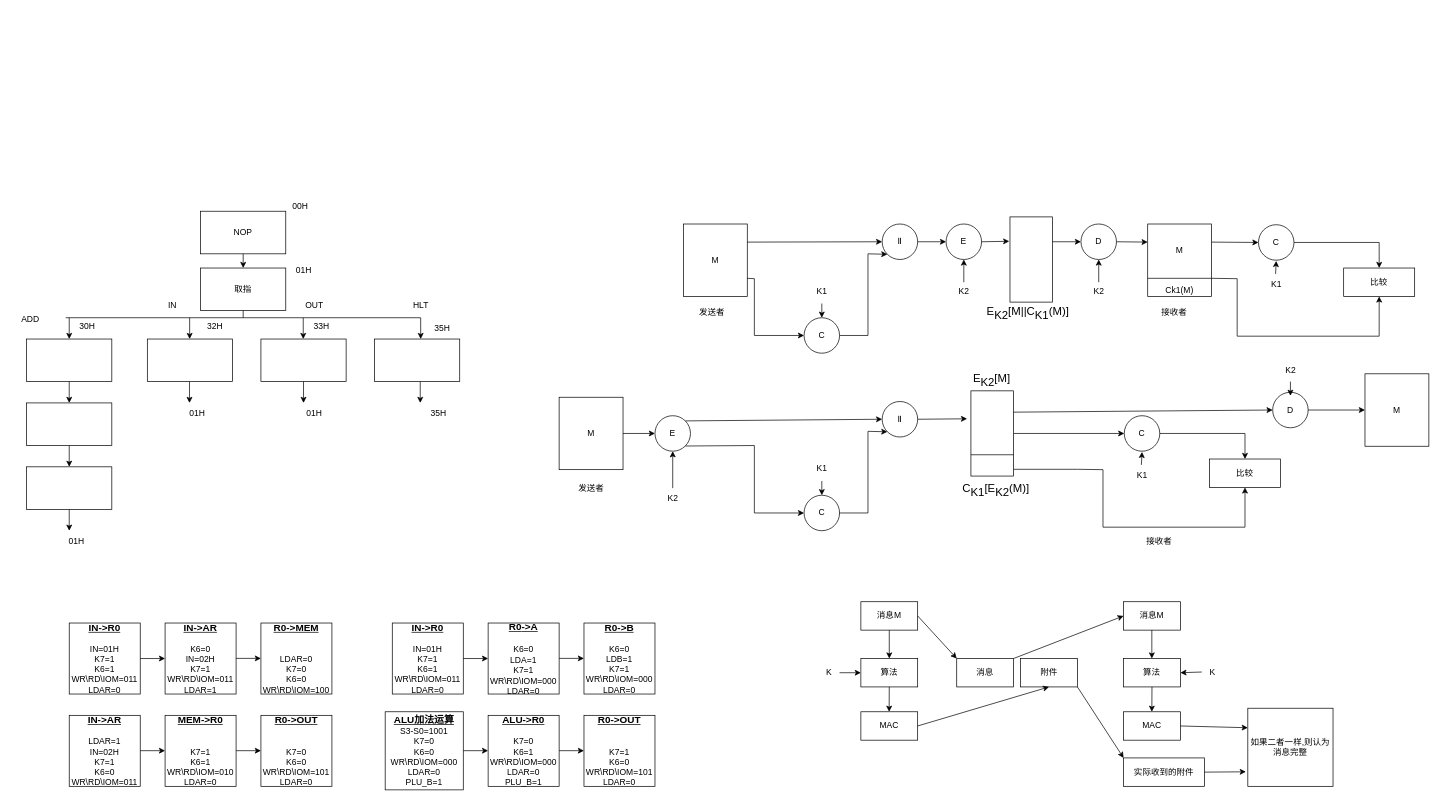
Above: page "第 2 页" (2 of 2) of 作业1      系统流程图.drawio in SET025187/EXERCISE001 (draw.io), before the change. Source tidied: cells renumbered, new cells numbered last; positions are measured from the earlier drawing's top-left corner, leaving out a move shared by most shapes. Both pictures are drawn from the tidied source at 71%, with x=0, y=0 at pixel (12, 195).
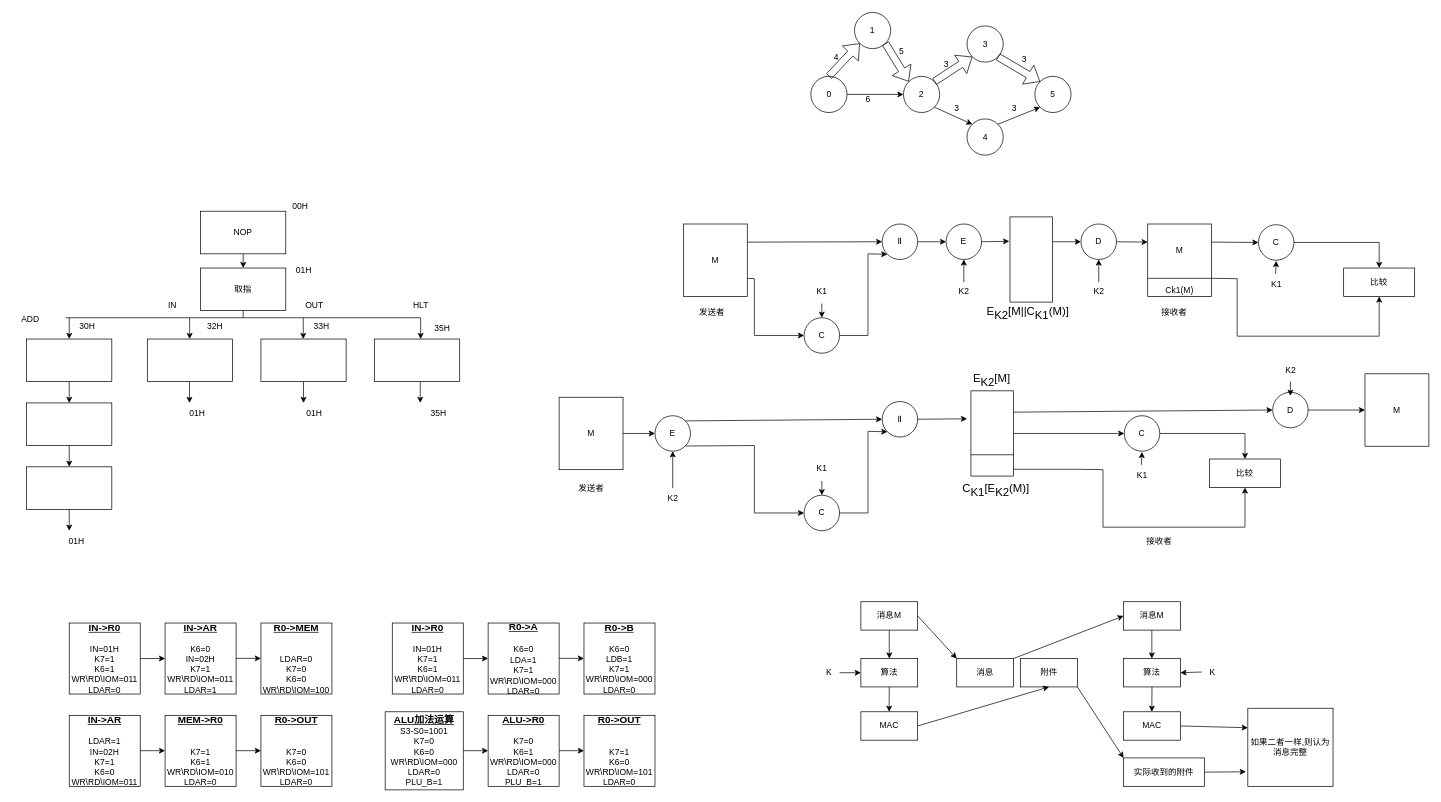
Above is the later version.

Commit message:
更新作业1      系统流程图.drawio

Change to the diagram source:
```diff
@@
+    <mxCell id="145" value="1" style="ellipse;whiteSpace=wrap;html=1;" parent="1" vertex="1">
+      <mxGeometry x="1186" y="-258" width="51" height="51" as="geometry" />
+    </mxCell>
+    <mxCell id="146" value="0" style="ellipse;whiteSpace=wrap;html=1;" parent="1" vertex="1">
+      <mxGeometry x="1124.5" y="-168" width="51" height="51" as="geometry" />
+    </mxCell>
+    <mxCell id="147" value="2" style="ellipse;whiteSpace=wrap;html=1;" parent="1" vertex="1">
+      <mxGeometry x="1255" y="-168" width="51" height="51" as="geometry" />
+    </mxCell>
+    <mxCell id="148" value="3" style="ellipse;whiteSpace=wrap;html=1;" parent="1" vertex="1">
+      <mxGeometry x="1344.5" y="-239" width="51" height="51" as="geometry" />
+    </mxCell>
+    <mxCell id="149" value="5" style="ellipse;whiteSpace=wrap;html=1;" parent="1" vertex="1">
+      <mxGeometry x="1440" y="-168" width="51" height="51" as="geometry" />
+    </mxCell>
+    <mxCell id="150" value="4" style="ellipse;whiteSpace=wrap;html=1;" parent="1" vertex="1">
+      <mxGeometry x="1344.5" y="-108" width="51" height="51" as="geometry" />
+    </mxCell>
+    <mxCell id="151" style="endArrow=classic;html=1;rounded=0;entryX=0;entryY=1;entryDx=0;entryDy=0;shape=flexArrow;" parent="1" edge="1" target="145">
+      <mxGeometry relative="1" as="geometry">
+        <mxPoint x="1150" y="-168" as="sourcePoint" />
+      </mxGeometry>
+    </mxCell>
+    <mxCell id="152" style="endArrow=classic;html=1;rounded=0;exitX=1;exitY=0.5;exitDx=0;exitDy=0;entryX=0;entryY=0.5;entryDx=0;entryDy=0;" parent="1" edge="1" source="146" target="147">
+      <mxGeometry relative="1" as="geometry" />
+    </mxCell>
+    <mxCell id="153" style="endArrow=classic;html=1;rounded=0;exitX=1;exitY=1;exitDx=0;exitDy=0;entryX=0;entryY=0;entryDx=0;entryDy=0;" parent="1" edge="1" source="147" target="150">
+      <mxGeometry relative="1" as="geometry" />
+    </mxCell>
+    <mxCell id="154" style="endArrow=classic;html=1;rounded=0;exitX=1;exitY=0;exitDx=0;exitDy=0;entryX=0;entryY=1;entryDx=0;entryDy=0;" parent="1" edge="1" source="150" target="149">
+      <mxGeometry relative="1" as="geometry" />
+    </mxCell>
+    <mxCell id="155" value="4" style="text;html=1;align=center;verticalAlign=middle;strokeColor=none;fillColor=none;" parent="1" vertex="1">
+      <mxGeometry x="1145" y="-210" width="30" height="30" as="geometry" />
+    </mxCell>
+    <mxCell id="156" value="6" style="text;html=1;align=center;verticalAlign=middle;strokeColor=none;fillColor=none;" parent="1" vertex="1">
+      <mxGeometry x="1190" y="-150" width="30" height="30" as="geometry" />
+    </mxCell>
+    <mxCell id="157" value="5" style="text;html=1;align=center;verticalAlign=middle;strokeColor=none;fillColor=none;" parent="1" vertex="1">
+      <mxGeometry x="1237" y="-218" width="30" height="30" as="geometry" />
+    </mxCell>
+    <mxCell id="158" value="3" style="text;html=1;align=center;verticalAlign=middle;strokeColor=none;fillColor=none;" parent="1" vertex="1">
+      <mxGeometry x="1300" y="-200" width="30" height="30" as="geometry" />
+    </mxCell>
+    <mxCell id="159" value="3" style="text;html=1;align=center;verticalAlign=middle;strokeColor=none;fillColor=none;" parent="1" vertex="1">
+      <mxGeometry x="1314.5" y="-138" width="30" height="30" as="geometry" />
+    </mxCell>
+    <mxCell id="160" value="3" style="text;html=1;align=center;verticalAlign=middle;strokeColor=none;fillColor=none;" parent="1" vertex="1">
+      <mxGeometry x="1395.5" y="-138" width="30" height="30" as="geometry" />
+    </mxCell>
+    <mxCell id="161" value="3" style="text;html=1;align=center;verticalAlign=middle;strokeColor=none;fillColor=none;" parent="1" vertex="1">
+      <mxGeometry x="1410" y="-207" width="30" height="30" as="geometry" />
+    </mxCell>
+    <mxCell id="162" style="endArrow=classic;html=1;rounded=0;entryX=0;entryY=0;entryDx=0;entryDy=0;shape=flexArrow;exitX=1;exitY=1;exitDx=0;exitDy=0;" parent="1" edge="1" source="145" target="147">
+      <mxGeometry relative="1" as="geometry" />
+    </mxCell>
+    <mxCell id="163" style="endArrow=classic;html=1;rounded=0;entryX=0;entryY=0;entryDx=0;entryDy=0;shape=flexArrow;exitX=1;exitY=1;exitDx=0;exitDy=0;" parent="1" edge="1" source="148" target="149">
+      <mxGeometry relative="1" as="geometry" />
+    </mxCell>
+    <mxCell id="164" style="endArrow=classic;html=1;rounded=0;entryX=0;entryY=1;entryDx=0;entryDy=0;shape=flexArrow;exitX=1;exitY=0;exitDx=0;exitDy=0;" parent="1" edge="1" source="147" target="148">
+      <mxGeometry relative="1" as="geometry" />
+    </mxCell>
```
